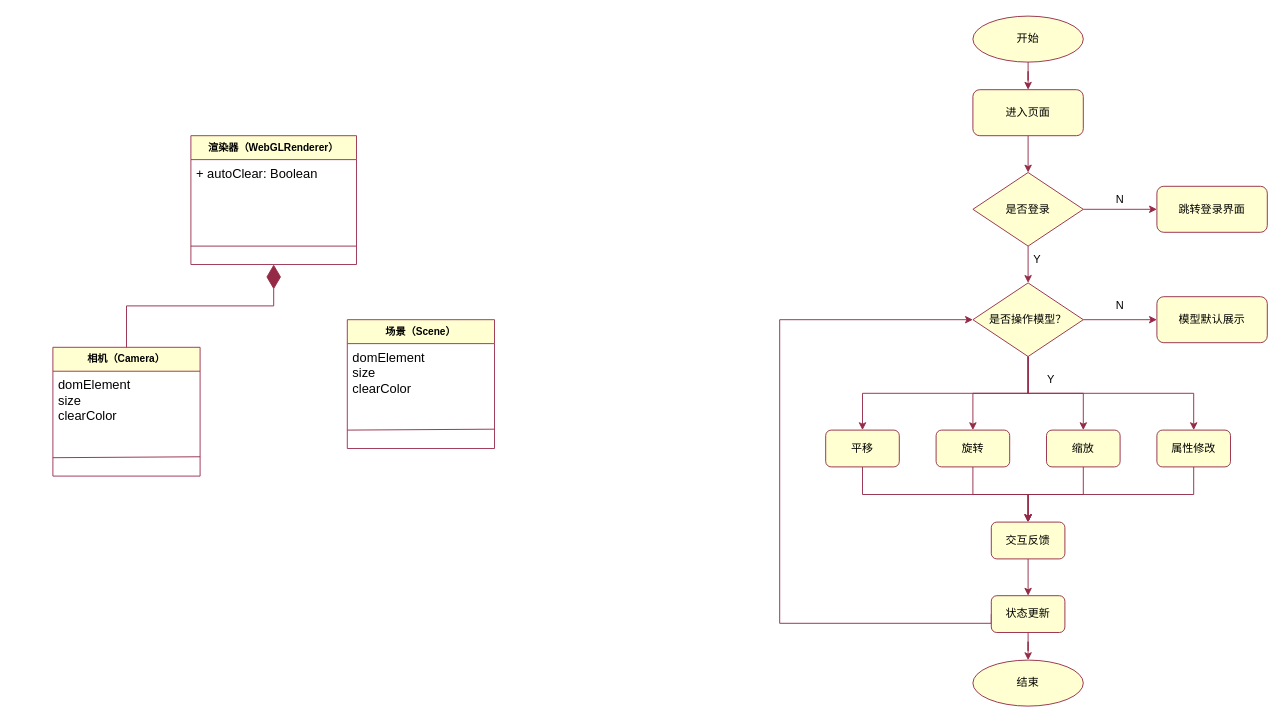
Above: page "数学模块流程图" (13 of 16) of 毕业设计/毕业设计.drawio in bosombaby/draw-store (draw.io), before the change. Source tidied: cells renumbered, new cells numbered last; positions are measured from the earlier drawing's top-left corner, leaving out a move shared by most shapes. Both pictures are drawn from the tidied source at 92%, with x=0, y=0 at pixel (52, 16).
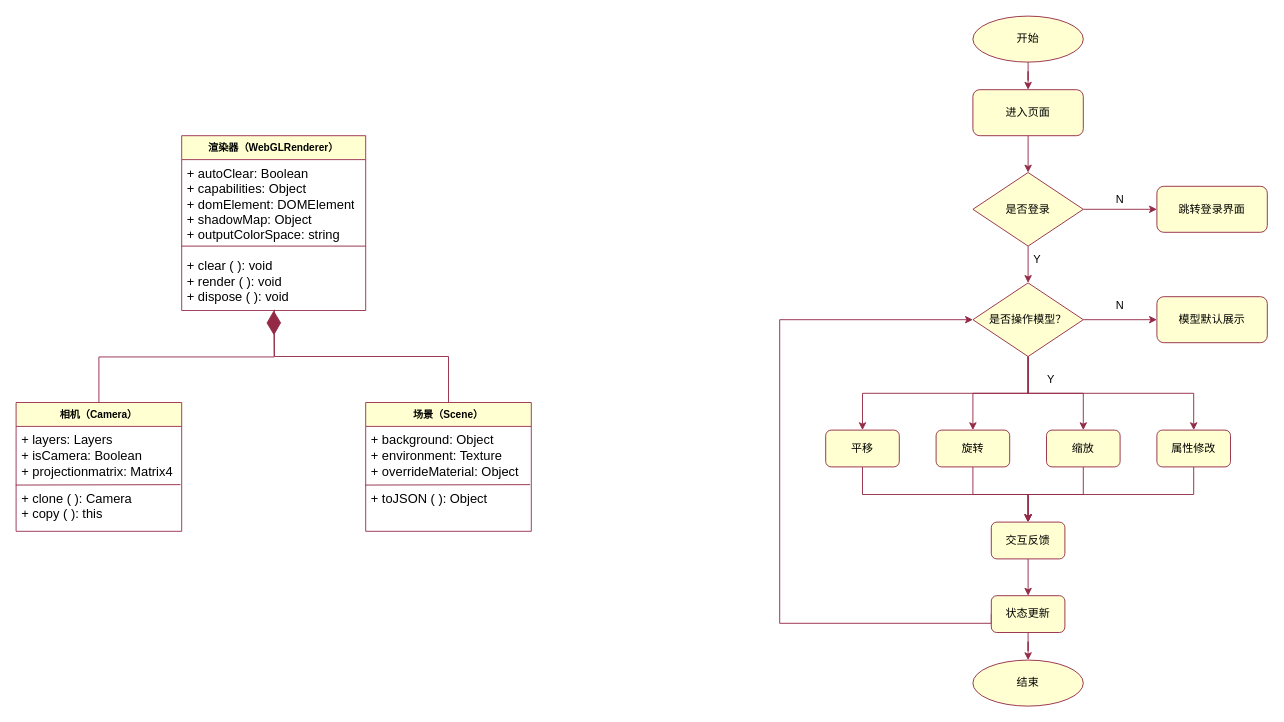
The same diagram, later.

What changed in the source:
```diff
@@
     <mxCell id="35" value="渲染器（WebGLRenderer）" style="swimlane;fontStyle=1;align=center;verticalAlign=top;horizontal=1;startSize=26;whiteSpace=wrap;html=1;strokeColor=#993150;fontFamily=Helvetica;fontSize=11;fontColor=default;fillColor=#FFFFD1;" parent="1" vertex="1">
-      <mxGeometry x="150" y="130" width="180" height="140" as="geometry" />
+      <mxGeometry x="140" y="130" width="200" height="190" as="geometry" />
     </mxCell>
-    <mxCell id="36" value="&lt;div&gt;&lt;font style=&quot;font-size: 14px;&quot;&gt;+ autoClear: Boolean&lt;/font&gt;&lt;/div&gt;" style="text;strokeColor=none;fillColor=none;align=left;verticalAlign=top;spacingLeft=4;spacingRight=4;overflow=hidden;points=[[0,0.5],[1,0.5]];portConstraint=eastwest;whiteSpace=wrap;html=1;fontSize=11;fontFamily=Helvetica;fontColor=default;" parent="35" vertex="1">
-      <mxGeometry y="26" width="180" height="114" as="geometry" />
+    <mxCell id="36" value="&lt;div&gt;&lt;font style=&quot;font-size: 14px;&quot;&gt;+ autoClear: Boolean&lt;/font&gt;&lt;/div&gt;&lt;div&gt;&lt;font style=&quot;font-size: 14px;&quot;&gt;+ capabilities: Object&lt;/font&gt;&lt;/div&gt;&lt;div&gt;&lt;font style=&quot;font-size: 14px;&quot;&gt;+ domElement: DOMElement&lt;/font&gt;&lt;/div&gt;&lt;div&gt;&lt;font style=&quot;font-size: 14px;&quot;&gt;+ shadowMap: Object&lt;/font&gt;&lt;/div&gt;&lt;div&gt;&lt;font style=&quot;font-size: 14px;&quot;&gt;+ outputColorSpace: string&lt;/font&gt;&lt;/div&gt;&lt;div&gt;&lt;span style=&quot;font-size: 14px; background-color: initial;&quot;&gt;&lt;br&gt;&lt;/span&gt;&lt;/div&gt;&lt;div&gt;&lt;span style=&quot;font-size: 14px; background-color: initial;&quot;&gt;+ clear ( ): void&lt;/span&gt;&lt;br&gt;&lt;/div&gt;&lt;div&gt;&lt;span style=&quot;font-size: 14px; background-color: initial;&quot;&gt;+ render ( ): void&lt;/span&gt;&lt;/div&gt;&lt;div&gt;&lt;span style=&quot;font-size: 14px;&quot;&gt;+ dispose ( ): void&lt;/span&gt;&lt;/div&gt;" style="text;strokeColor=none;fillColor=none;align=left;verticalAlign=top;spacingLeft=4;spacingRight=4;overflow=hidden;points=[[0,0.5],[1,0.5]];portConstraint=eastwest;whiteSpace=wrap;html=1;fontSize=11;fontFamily=Helvetica;fontColor=default;" parent="35" vertex="1">
+      <mxGeometry y="26" width="200" height="164" as="geometry" />
     </mxCell>
     <mxCell id="37" style="endArrow=none;html=1;rounded=0;strokeColor=#942A46;align=center;verticalAlign=middle;fontFamily=Helvetica;fontSize=15;fontColor=default;labelBackgroundColor=default;fillColor=#FFFFD1;" parent="35" edge="1">
       <mxGeometry relative="1" as="geometry">
         <mxPoint y="120" as="sourcePoint" />
-        <mxPoint x="180" y="120" as="targetPoint" />
+        <mxPoint x="200" y="120" as="targetPoint" />
       </mxGeometry>
     </mxCell>
     <mxCell id="38" value="相机（Camera）" style="swimlane;fontStyle=1;align=center;verticalAlign=top;horizontal=1;startSize=26;whiteSpace=wrap;html=1;strokeColor=#993150;fontFamily=Helvetica;fontSize=11;fontColor=default;fillColor=#FFFFD1;" parent="1" vertex="1">
-      <mxGeometry y="360" width="160" height="140" as="geometry" />
+      <mxGeometry x="-40" y="420" width="180" height="140" as="geometry" />
     </mxCell>
-    <mxCell id="39" value="&lt;font style=&quot;font-size: 14px;&quot;&gt;domElement&lt;/font&gt;&lt;div&gt;&lt;font style=&quot;font-size: 14px;&quot;&gt;size&lt;/font&gt;&lt;/div&gt;&lt;div&gt;&lt;font style=&quot;font-size: 14px;&quot;&gt;clearColor&lt;/font&gt;&lt;/div&gt;&lt;div&gt;&lt;font style=&quot;font-size: 14px;&quot;&gt;&lt;br&gt;&lt;/font&gt;&lt;/div&gt;" style="text;strokeColor=none;fillColor=none;align=left;verticalAlign=top;spacingLeft=4;spacingRight=4;overflow=hidden;points=[[0,0.5],[1,0.5]];portConstraint=eastwest;whiteSpace=wrap;html=1;fontSize=11;fontFamily=Helvetica;fontColor=default;" parent="38" vertex="1">
-      <mxGeometry y="26" width="160" height="114" as="geometry" />
+    <mxCell id="39" value="&lt;div&gt;&lt;font style=&quot;font-size: 14px;&quot;&gt;+ layers: Layers&lt;/font&gt;&lt;/div&gt;&lt;div&gt;&lt;font style=&quot;font-size: 14px;&quot;&gt;+ isCamera: Boolean&lt;/font&gt;&lt;/div&gt;&lt;div&gt;&lt;font style=&quot;font-size: 14px;&quot;&gt;+ projectionmatrix: Matrix4&lt;/font&gt;&lt;/div&gt;&lt;div&gt;&lt;br&gt;&lt;/div&gt;&lt;div&gt;&lt;span style=&quot;font-size: 14px;&quot;&gt;+ clone ( ): Camera&lt;/span&gt;&lt;/div&gt;&lt;div&gt;&lt;span style=&quot;font-size: 14px;&quot;&gt;+ copy ( ): this&lt;/span&gt;&lt;/div&gt;&lt;div&gt;&lt;br&gt;&lt;/div&gt;" style="text;strokeColor=none;fillColor=none;align=left;verticalAlign=top;spacingLeft=4;spacingRight=4;overflow=hidden;points=[[0,0.5],[1,0.5]];portConstraint=eastwest;whiteSpace=wrap;html=1;fontSize=11;fontFamily=Helvetica;fontColor=default;" parent="38" vertex="1">
+      <mxGeometry y="26" width="180" height="114" as="geometry" />
     </mxCell>
-    <mxCell id="40" style="endArrow=none;html=1;rounded=0;strokeColor=#942A46;align=center;verticalAlign=middle;fontFamily=Helvetica;fontSize=15;fontColor=default;labelBackgroundColor=default;fillColor=#FFFFD1;entryX=1.002;entryY=0.905;entryDx=0;entryDy=0;entryPerimeter=0;" parent="38" edge="1">
-      <mxGeometry relative="1" as="geometry">
-        <mxPoint y="120" as="sourcePoint" />
-        <mxPoint x="160" y="119" as="targetPoint" />
-      </mxGeometry>
+    <mxCell id="40" style="endArrow=none;html=1;rounded=0;strokeColor=#942A46;align=center;verticalAlign=middle;fontFamily=Helvetica;fontSize=15;fontColor=default;labelBackgroundColor=default;fillColor=#FFFFD1;entryX=0.993;entryY=0.555;entryDx=0;entryDy=0;entryPerimeter=0;exitX=-0.002;exitY=0.559;exitDx=0;exitDy=0;exitPerimeter=0;" parent="38" edge="1" source="39" target="39">
+      <mxGeometry relative="1" as="geometry" />
     </mxCell>
+    <mxCell id="44" style="endArrow=diamondThin;endFill=1;endSize=24;html=1;rounded=0;labelBackgroundColor=default;strokeColor=#942A46;align=center;verticalAlign=middle;fontFamily=Helvetica;fontSize=11;fontColor=default;shape=connector;edgeStyle=orthogonalEdgeStyle;entryX=0.5;entryY=1;entryDx=0;entryDy=0;entryPerimeter=0;exitX=0.5;exitY=0;exitDx=0;exitDy=0;" parent="1" edge="1" source="38">
+      <mxGeometry relative="1" as="geometry">
+        <mxPoint x="240" y="320" as="targetPoint" />
+      </mxGeometry>
+    </mxCell>
     <mxCell id="41" value="场景（Scene）" style="swimlane;fontStyle=1;align=center;verticalAlign=top;horizontal=1;startSize=26;whiteSpace=wrap;html=1;strokeColor=#993150;fontFamily=Helvetica;fontSize=11;fontColor=default;fillColor=#FFFFD1;" parent="1" vertex="1">
-      <mxGeometry x="320" y="330" width="160" height="140" as="geometry" />
+      <mxGeometry x="340" y="420" width="180" height="140" as="geometry" />
     </mxCell>
-    <mxCell id="42" value="&lt;font style=&quot;font-size: 14px;&quot;&gt;domElement&lt;/font&gt;&lt;div&gt;&lt;font style=&quot;font-size: 14px;&quot;&gt;size&lt;/font&gt;&lt;/div&gt;&lt;div&gt;&lt;font style=&quot;font-size: 14px;&quot;&gt;clearColor&lt;/font&gt;&lt;/div&gt;&lt;div&gt;&lt;font style=&quot;font-size: 14px;&quot;&gt;&lt;br&gt;&lt;/font&gt;&lt;/div&gt;" style="text;strokeColor=none;fillColor=none;align=left;verticalAlign=top;spacingLeft=4;spacingRight=4;overflow=hidden;whiteSpace=wrap;html=1;fontSize=11;fontFamily=Helvetica;fontColor=default;" parent="41" vertex="1">
-      <mxGeometry y="26" width="160" height="114" as="geometry" />
-    </mxCell>
-    <mxCell id="43" style="endArrow=none;html=1;rounded=0;strokeColor=#942A46;align=center;verticalAlign=middle;fontFamily=Helvetica;fontSize=15;fontColor=default;labelBackgroundColor=default;fillColor=#FFFFD1;entryX=1.002;entryY=0.905;entryDx=0;entryDy=0;entryPerimeter=0;" parent="41" edge="1">
-      <mxGeometry relative="1" as="geometry">
-        <mxPoint y="120" as="sourcePoint" />
-        <mxPoint x="160" y="119" as="targetPoint" />
-      </mxGeometry>
-    </mxCell>
-    <mxCell id="44" style="endArrow=diamondThin;endFill=1;endSize=24;html=1;rounded=0;labelBackgroundColor=default;strokeColor=#942A46;align=center;verticalAlign=middle;fontFamily=Helvetica;fontSize=11;fontColor=default;shape=connector;edgeStyle=orthogonalEdgeStyle;entryX=0.5;entryY=1;entryDx=0;entryDy=0;entryPerimeter=0;" parent="1" edge="1" source="38" target="36">
-      <mxGeometry relative="1" as="geometry" />
-    </mxCell>
+    <mxCell id="45" value="&lt;div&gt;&lt;font style=&quot;font-size: 14px;&quot;&gt;+ background: Object&lt;/font&gt;&lt;/div&gt;&lt;div&gt;&lt;font style=&quot;font-size: 14px;&quot;&gt;+ environment: Texture&amp;nbsp;&lt;/font&gt;&lt;/div&gt;&lt;div&gt;&lt;font style=&quot;font-size: 14px;&quot;&gt;+ overrideMaterial: Object&lt;/font&gt;&lt;/div&gt;&lt;div&gt;&lt;br&gt;&lt;/div&gt;&lt;div&gt;&lt;span style=&quot;font-size: 14px;&quot;&gt;+ toJSON ( ): Object&lt;/span&gt;&lt;/div&gt;&lt;div&gt;&lt;br&gt;&lt;/div&gt;" style="text;strokeColor=none;fillColor=none;align=left;verticalAlign=top;spacingLeft=4;spacingRight=4;overflow=hidden;points=[[0,0.5],[1,0.5]];portConstraint=eastwest;whiteSpace=wrap;html=1;fontSize=11;fontFamily=Helvetica;fontColor=default;" parent="41" vertex="1">
+      <mxGeometry y="26" width="180" height="114" as="geometry" />
+    </mxCell>
+    <mxCell id="46" style="endArrow=none;html=1;rounded=0;strokeColor=#942A46;align=center;verticalAlign=middle;fontFamily=Helvetica;fontSize=15;fontColor=default;labelBackgroundColor=default;fillColor=#FFFFD1;entryX=0.993;entryY=0.555;entryDx=0;entryDy=0;entryPerimeter=0;exitX=-0.002;exitY=0.559;exitDx=0;exitDy=0;exitPerimeter=0;" parent="41" edge="1" source="45" target="45">
+      <mxGeometry relative="1" as="geometry" />
+    </mxCell>
+    <mxCell id="47" style="edgeStyle=orthogonalEdgeStyle;rounded=0;jettySize=auto;html=1;exitX=0.5;exitY=0;exitDx=0;exitDy=0;entryX=0.504;entryY=0.995;entryDx=0;entryDy=0;entryPerimeter=0;endArrow=none;endFill=0;strokeColor=#942A46;" parent="1" edge="1" source="41" target="36">
+      <mxGeometry relative="1" as="geometry" />
+    </mxCell>
```
